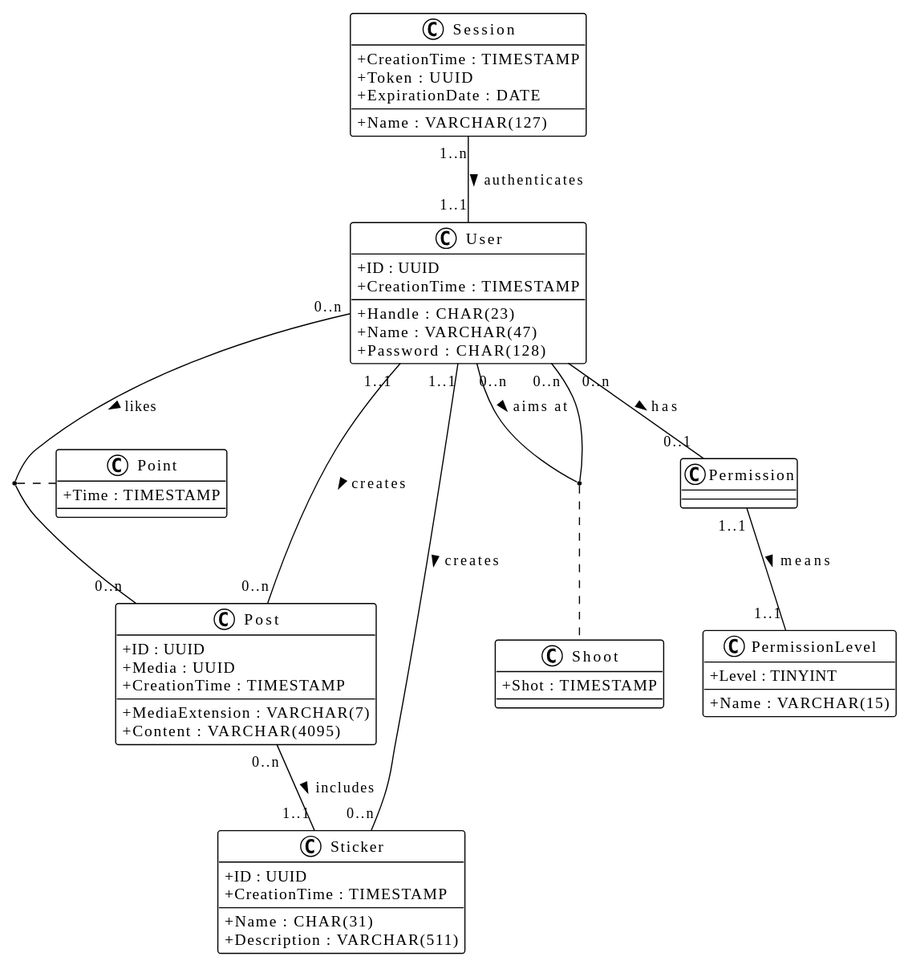
This is doc/hiddlestickUML.svg from luca-baeck/Soziales-Netzwerk, a PlantUML export, as it was before one commit.
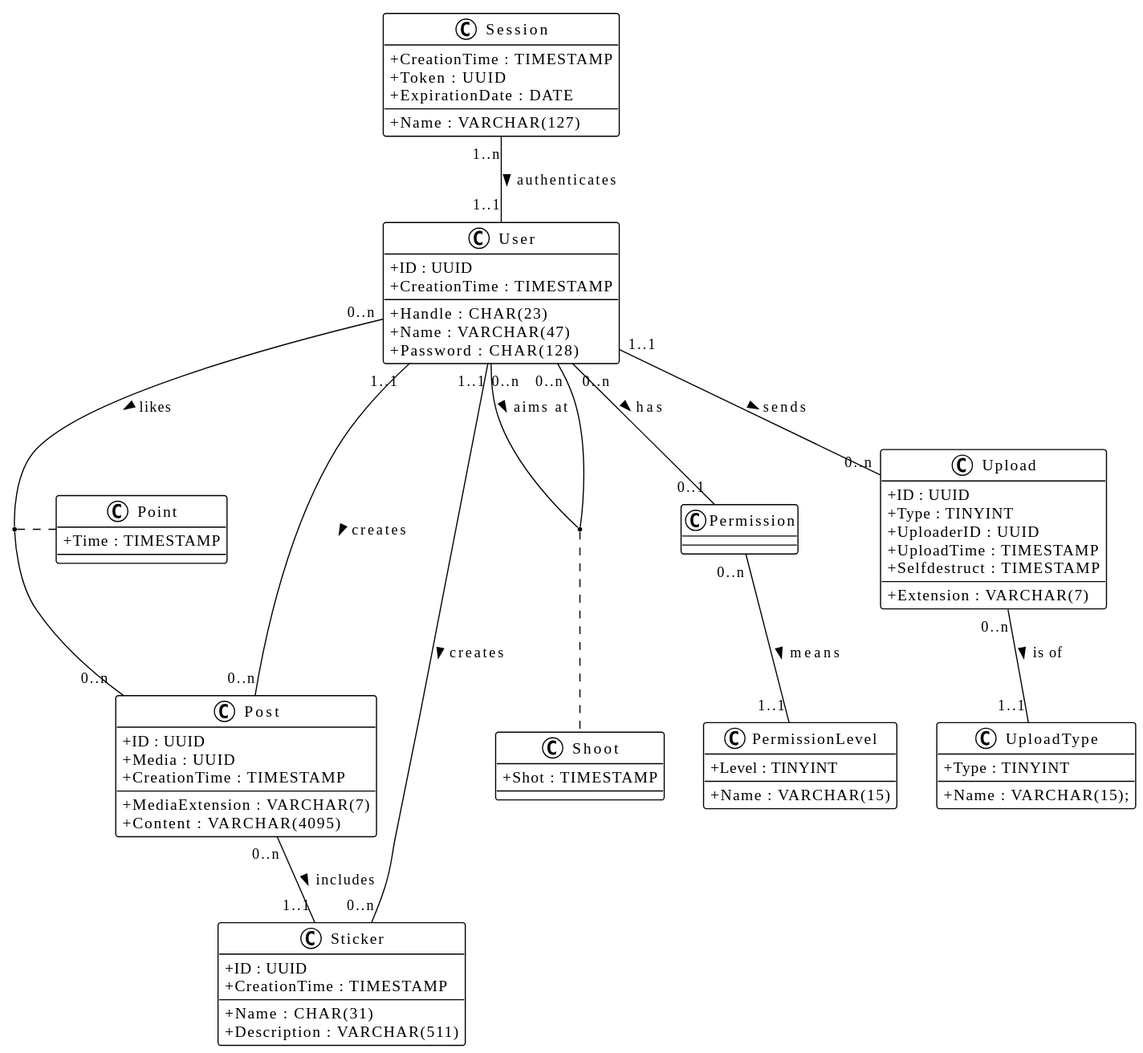
After the change.

Diff of the diagram source:
```diff
@@ -33,8 +33,10 @@
 User "0..n" -- "0..n" Post : likes >
 Session "1..n" -- "1..1" User : authenticates >
 User "0..n" -- "0..1" Permission : has >
-Permission "1..1" -- "1..1" PermissionLevel : means >
+Permission "0..n" -- "1..1" PermissionLevel : means >
 (User, Post) . Point
+User "1..1" -- "0..n" Upload : sends >
+Upload "0..n" -- "1..1" UploadType : is of >
 
 class Shoot{
     + Shot : TIMESTAMP
@@ -58,4 +60,18 @@
     + Level : TINYINT
     + Name : VARCHAR(15)
 }
+
+class UploadType{
+    + Type : TINYINT
+    + Name : VARCHAR(15);
+}
+
+class Upload{
+    + ID : UUID
+    + Extension : VARCHAR(7)
+    + Type : TINYINT
+    + UploaderID : UUID
+    + UploadTime : TIMESTAMP
+    + Selfdestruct : TIMESTAMP
+}
 @enduml
```
